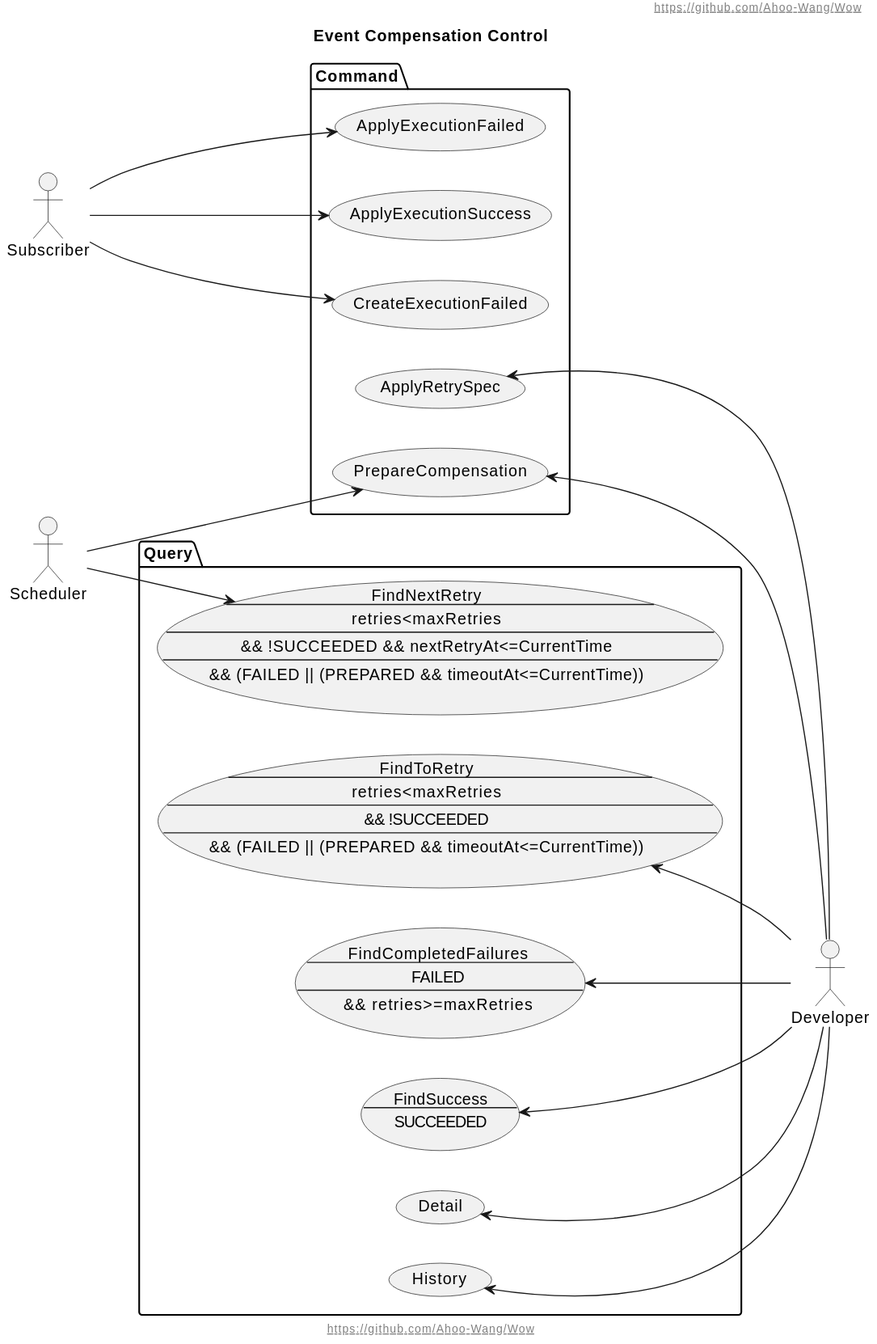
Before: document/design/assets/Event-Compensation-UserCase.svg, a diagram exported from PlantUML (Ahoo-Wang/Wow).
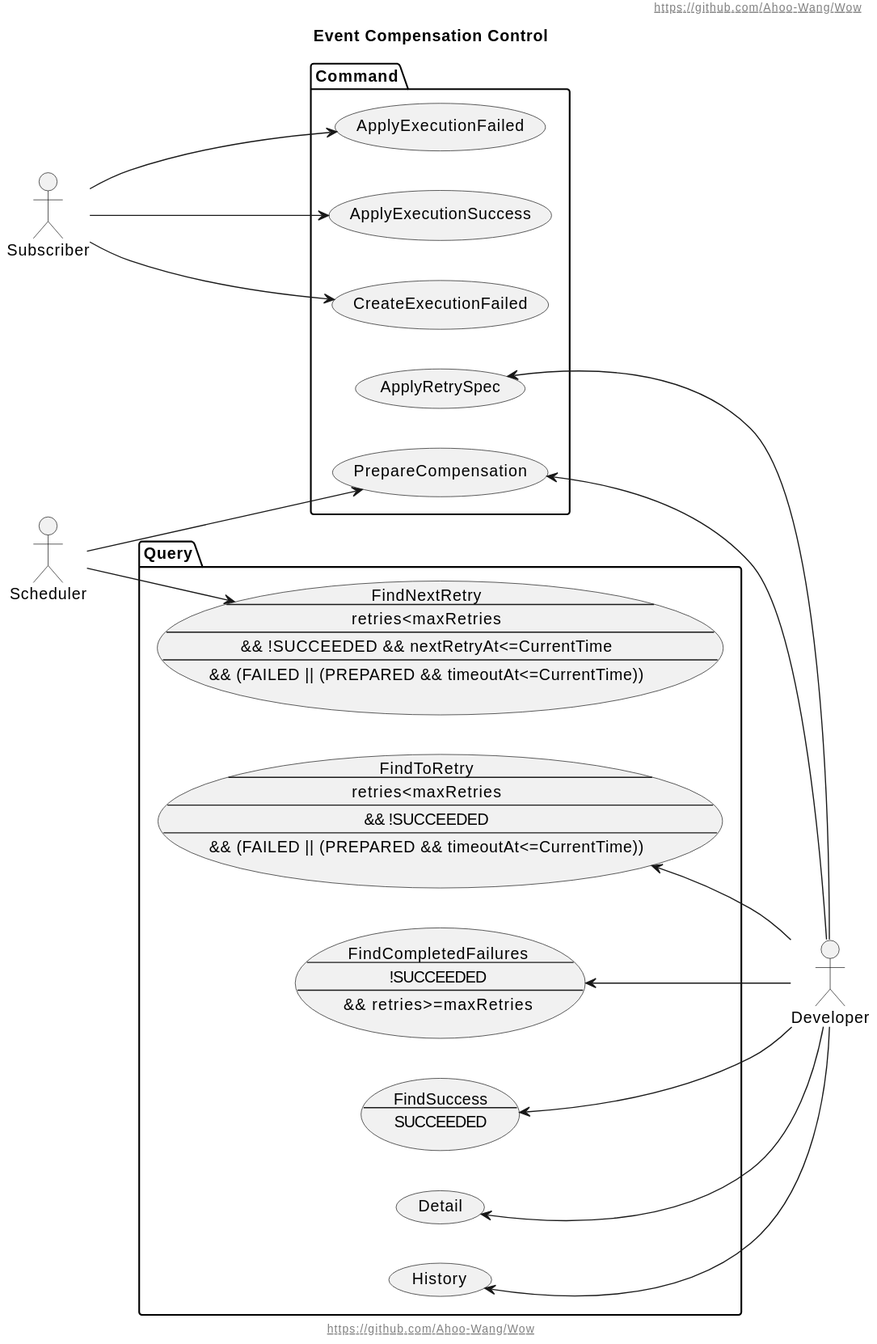
The same diagram one commit later.

Diff of the diagram source:
```diff
@@ -28,7 +28,7 @@
     && (FAILED || (PREPARED && timeoutAt<=CurrentTime))"
     usecase FindCompletedFailures as "FindCompletedFailures
     --
-    FAILED
+    !SUCCEEDED
     --
     && retries>=maxRetries"
     usecase FindSuccess as "FindSuccess
```
